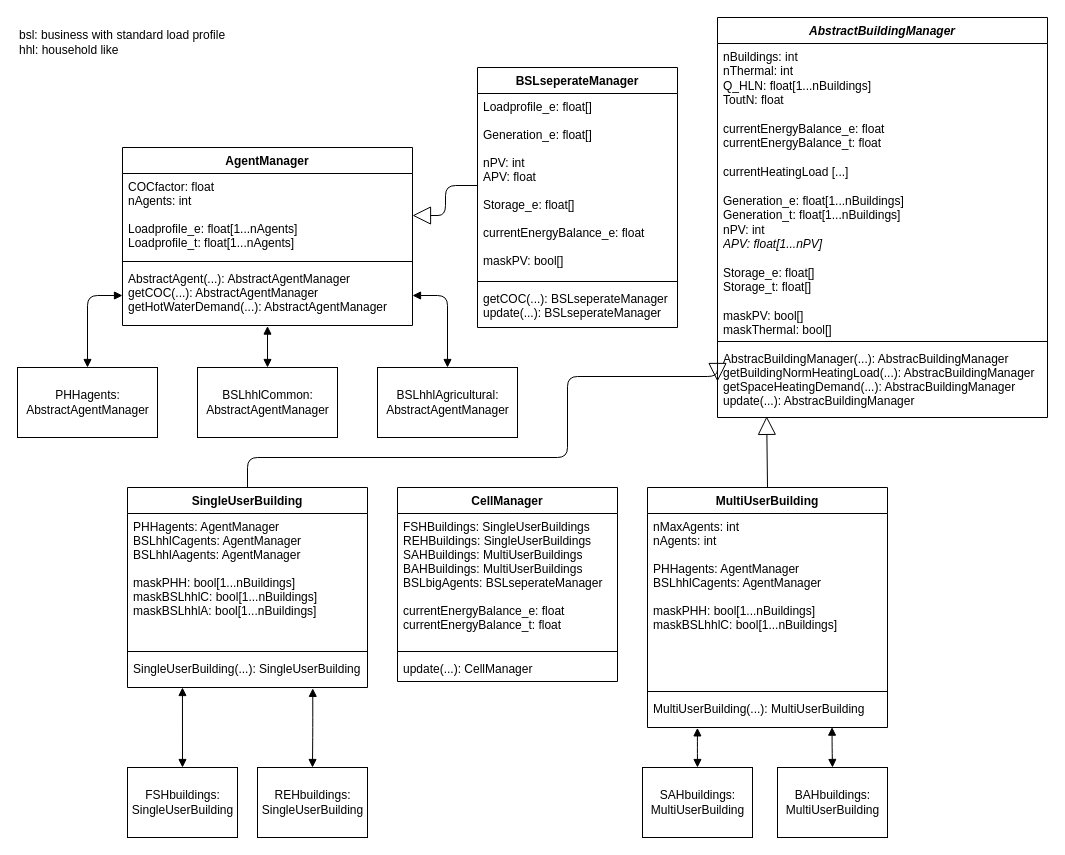
Before: page "WithBuildings" (1 of 2) of ModelStructure.drawio in HSZittauGoerlitz/EnSySim, a draw.io diagram. Source tidied: cells renumbered, new cells numbered last; positions are measured from the earlier drawing's top-left corner, leaving out a move shared by most shapes. Both pictures are drawn from the tidied source at 100%, with x=0, y=0 at pixel (17, 17).
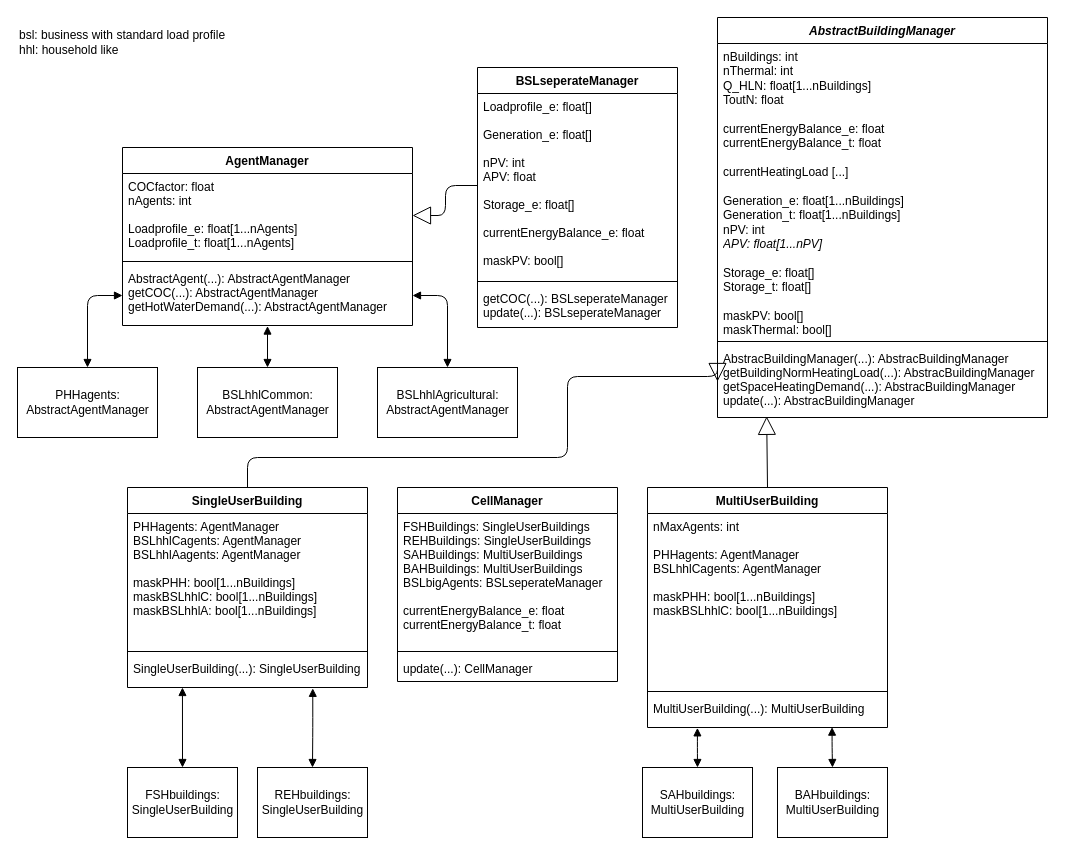
The same page after the edit.

Commit message (it also covers changes not shown here):
Add manager for multiuser buildings (untested!)

Unchanged cells that the change refers to:
```xml
<mxCell id="12" value="MultiUserBuilding" style="swimlane;fontStyle=1;align=center;verticalAlign=top;horizontal=1;startSize=26;" parent="1" vertex="1">
  <mxGeometry x="630" y="470" width="240" height="240" as="geometry" />
</mxCell>
```

Change to the diagram source:
```diff
@@
-    <mxCell id="13" value="nMaxAgents: int&#10;nAgents: int&#10;&#10;PHHagents: AgentManager&#10;BSLhhlCagents: AgentManager&#10;&#10;maskPHH: bool[1...nBuildings]&#10;maskBSLhhlC: bool[1...nBuildings]" style="text;strokeColor=none;fillColor=none;align=left;verticalAlign=top;spacingLeft=4;spacingRight=4;overflow=hidden;" parent="12" vertex="1">
+    <mxCell id="13" value="nMaxAgents: int&#10;&#10;PHHagents: AgentManager&#10;BSLhhlCagents: AgentManager&#10;&#10;maskPHH: bool[1...nBuildings]&#10;maskBSLhhlC: bool[1...nBuildings]" style="text;strokeColor=none;fillColor=none;align=left;verticalAlign=top;spacingLeft=4;spacingRight=4;overflow=hidden;" parent="12" vertex="1">
       <mxGeometry y="26" width="240" height="174" as="geometry" />
     </mxCell>
```
